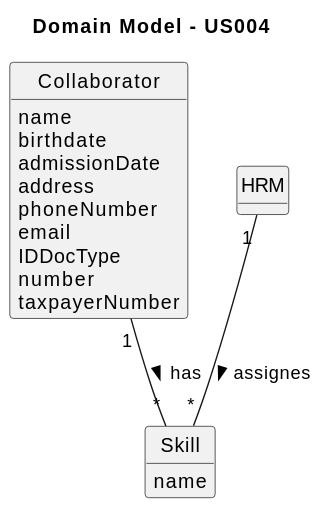
Earlier version of the PlantUML export docs/sprintA/us004/02.analysis/svg/us004-domain-model.svg (Departamento-de-Engenharia-Informatica/lei-24-s2-1dm-g132).
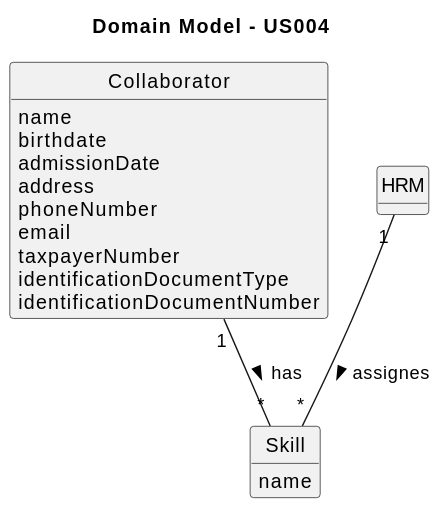
Above is the later version.

Commit message:
US004 domain model svg update

Change to the diagram source:
```diff
@@ -18,9 +18,9 @@
     address
     phoneNumber
     email
-    IDDocType
-    number
     taxpayerNumber
+    identificationDocumentType
+    identificationDocumentNumber
 }
 
 class Skill {
```
